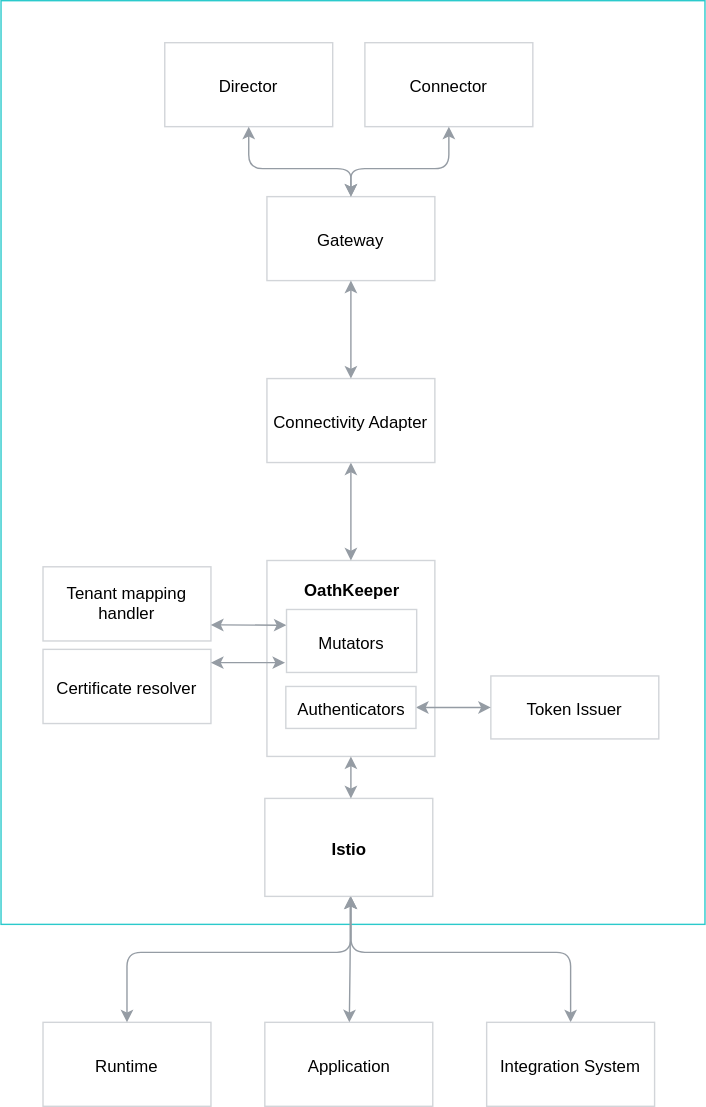
Earlier version of the draw.io export docs/investigations/rest-adapters/connectivity-adapter-security.svg (kyma-incubator/compass). Source tidied: cells renumbered, new cells last; positions are measured from the earlier drawing's top-left corner, leaving out a move shared by most shapes.
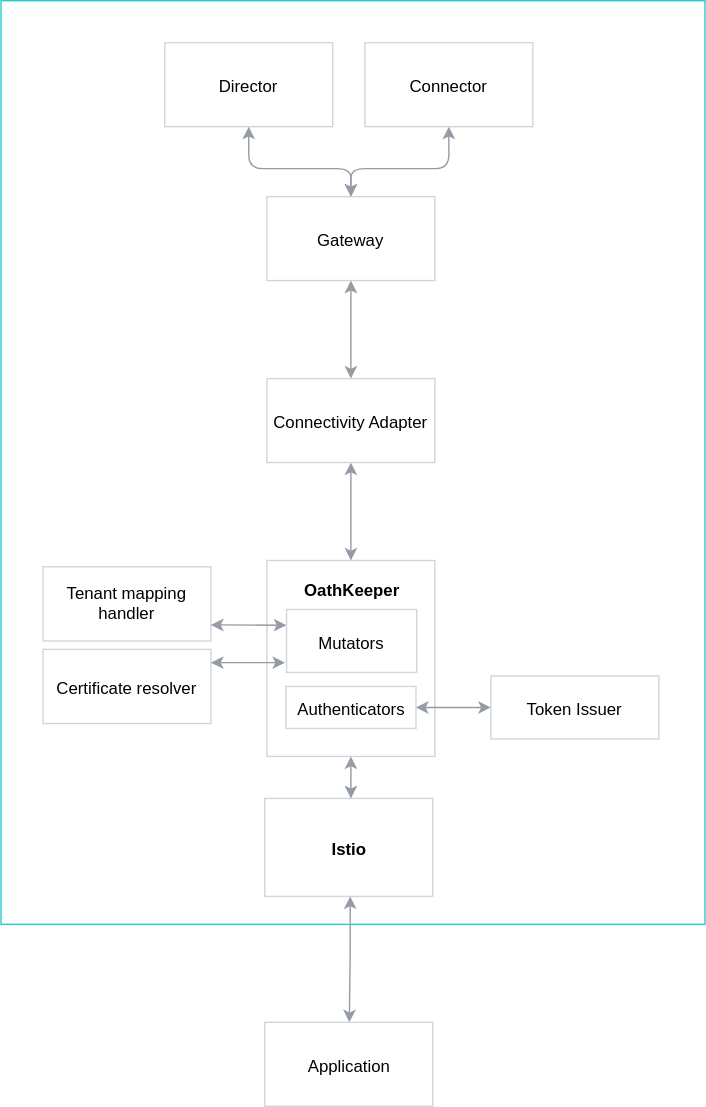
Above is the later version.

Change to the diagram source:
```diff
@@ -31,9 +31,6 @@
     <mxCell id="10" style="endArrow=classic;startArrow=classic;html=1;entryX=0.5;entryY=1;entryDx=0;entryDy=0;strokeColor=#959CA4;exitX=0.5;exitY=0;exitDx=0;exitDy=0;" parent="1" edge="1" source="5" target="27">
       <mxGeometry relative="1" as="geometry" />
     </mxCell>
-    <mxCell id="11" value="Runtime&lt;br&gt;" style="rounded=0;whiteSpace=wrap;html=1;strokeColor=#D2D5D9;" parent="1" vertex="1">
-      <mxGeometry x="30" y="730" width="120" height="60" as="geometry" />
-    </mxCell>
     <mxCell id="12" value="Application" style="rounded=0;whiteSpace=wrap;html=1;strokeColor=#D2D5D9;" parent="1" vertex="1">
       <mxGeometry x="188.5" y="730" width="120" height="60" as="geometry" />
     </mxCell>
@@ -46,24 +43,6 @@
     <mxCell id="15" value="Mutators" style="rounded=0;whiteSpace=wrap;html=1;strokeColor=#D2D5D9;" parent="1" vertex="1">
       <mxGeometry x="204" y="435" width="93" height="45" as="geometry" />
     </mxCell>
-    <mxCell id="16" style="endArrow=classic;startArrow=classic;html=1;entryX=0.5;entryY=1;entryDx=0;entryDy=0;strokeColor=#959CA4;exitX=0.5;exitY=0;exitDx=0;exitDy=0;" parent="1" edge="1" source="11">
-      <mxGeometry relative="1" as="geometry">
-        <mxPoint x="250" y="640" as="targetPoint" />
-        <Array as="points">
-          <mxPoint x="90" y="680" />
-          <mxPoint x="250" y="680" />
-        </Array>
-      </mxGeometry>
-    </mxCell>
-    <mxCell id="17" style="endArrow=classic;startArrow=classic;html=1;entryX=0.5;entryY=1;entryDx=0;entryDy=0;strokeColor=#959CA4;exitX=0.5;exitY=0;exitDx=0;exitDy=0;" parent="1" edge="1" source="25">
-      <mxGeometry relative="1" as="geometry">
-        <mxPoint x="250" y="640" as="targetPoint" />
-        <Array as="points">
-          <mxPoint x="407" y="680" />
-          <mxPoint x="250" y="680" />
-        </Array>
-      </mxGeometry>
-    </mxCell>
     <mxCell id="18" value="Connector" style="rounded=0;whiteSpace=wrap;html=1;strokeColor=#D2D5D9;" parent="1" vertex="1">
       <mxGeometry x="260" y="30" width="120" height="60" as="geometry" />
     </mxCell>
@@ -104,9 +83,6 @@
         <mxPoint x="203" y="473" as="targetPoint" />
       </mxGeometry>
     </mxCell>
-    <mxCell id="25" value="Integration System" style="rounded=0;whiteSpace=wrap;html=1;strokeColor=#D2D5D9;" parent="1" vertex="1">
-      <mxGeometry x="347" y="730" width="120" height="60" as="geometry" />
-    </mxCell>
     <mxCell id="26" style="endArrow=classic;startArrow=classic;html=1;entryX=0.5;entryY=1;entryDx=0;entryDy=0;strokeColor=#959CA4;" parent="1" edge="1" source="12">
       <mxGeometry relative="1" as="geometry">
         <mxPoint x="249.5" y="640" as="targetPoint" />
```
